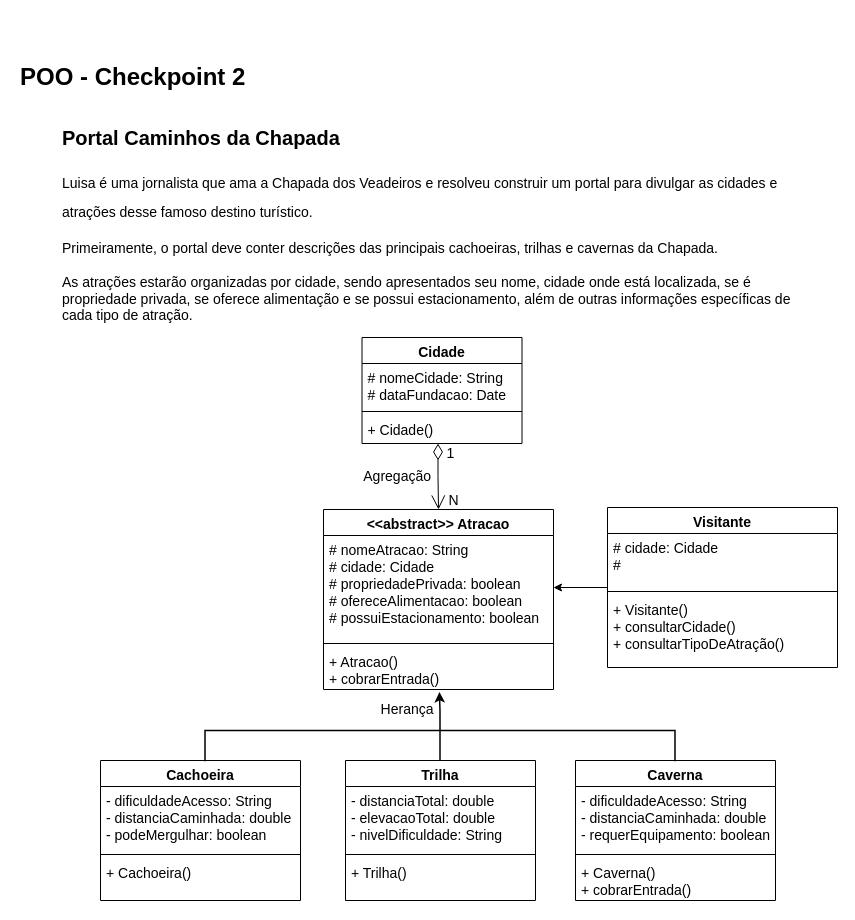
This is diagramaCheckpoint2.drawio from Chamusaca/poo-checkpoint-2, a draw.io file, before an edit. Source tidied: cells renumbered, new cells numbered last; positions are measured from the earlier drawing's top-left corner, leaving out a move shared by most shapes. Both pictures are drawn from the tidied source at 100%, with x=0, y=0 at pixel (18, 57).
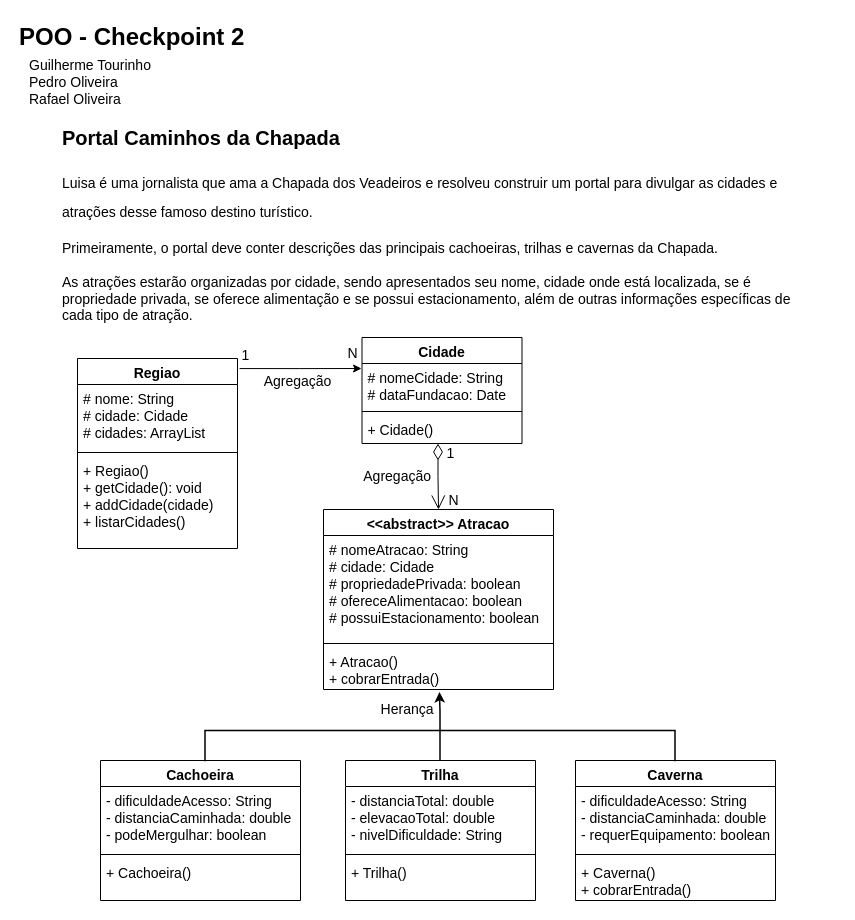
The same diagram, later.

Commit message:
UML ajustado

Unchanged cells that the change refers to:
```xml
<mxCell id="5" value="# nomeCidade: String&#10;# dataFundacao: Date&#10;" style="text;strokeColor=none;fillColor=none;align=left;verticalAlign=top;spacingLeft=4;spacingRight=4;overflow=hidden;points=[[0,0.5],[1,0.5]];portConstraint=eastwest;fontSize=14;" parent="4" vertex="1">
  <mxGeometry y="26" width="160" height="44" as="geometry" />
</mxCell>
<mxCell id="9" value="# nomeAtracao: String&#10;# cidade: Cidade&#10;# propriedadePrivada: boolean&#10;# ofereceAlimentacao: boolean&#10;# possuiEstacionamento: boolean" style="text;strokeColor=none;fillColor=none;align=left;verticalAlign=top;spacingLeft=4;spacingRight=4;overflow=hidden;points=[[0,0.5],[1,0.5]];portConstraint=eastwest;fontSize=14;" parent="8" vertex="1">
  <mxGeometry y="26" width="230" height="104" as="geometry" />
</mxCell>
```

Diff of the diagram source:
```diff
@@
     <mxCell id="2" value="POO - Checkpoint 2" style="text;strokeColor=none;fillColor=none;html=1;fontSize=24;fontStyle=1;verticalAlign=middle;align=left;" parent="1" vertex="1">
-      <mxGeometry width="230" height="40" as="geometry" />
+      <mxGeometry x="-1" y="-40" width="230" height="40" as="geometry" />
     </mxCell>
@@
-    <mxCell id="33" style="edgeStyle=orthogonalEdgeStyle;rounded=0;jettySize=auto;html=1;fontSize=24;" parent="1" edge="1" source="34" target="9">
-      <mxGeometry relative="1" as="geometry" />
-    </mxCell>
-    <mxCell id="34" value="Visitante" style="swimlane;fontStyle=1;align=center;verticalAlign=top;horizontal=1;startSize=26;fontSize=14;" parent="1" vertex="1">
-      <mxGeometry x="589" y="450" width="230" height="160" as="geometry" />
-    </mxCell>
-    <mxCell id="35" value="# cidade: Cidade&#10;#" style="text;strokeColor=none;fillColor=none;align=left;verticalAlign=top;spacingLeft=4;spacingRight=4;overflow=hidden;fontSize=14;" parent="34" vertex="1">
-      <mxGeometry y="26" width="230" height="54" as="geometry" />
-    </mxCell>
-    <mxCell id="36" style="line;strokeWidth=1;fillColor=none;align=left;verticalAlign=middle;spacingTop=-1;spacingLeft=3;spacingRight=3;labelPosition=right;fontSize=14;" parent="34" vertex="1">
-      <mxGeometry y="80" width="230" height="8" as="geometry" />
-    </mxCell>
-    <mxCell id="37" value="+ Visitante()&#10;+ consultarCidade()&#10;+ consultarTipoDeAtração()" style="text;strokeColor=none;fillColor=none;align=left;verticalAlign=top;spacingLeft=4;spacingRight=4;overflow=hidden;fontSize=14;" parent="34" vertex="1">
-      <mxGeometry y="88" width="230" height="72" as="geometry" />
-    </mxCell>
+    <mxCell id="38" value="Regiao" style="swimlane;fontStyle=1;align=center;verticalAlign=top;horizontal=1;startSize=26;fontSize=14;" parent="1" vertex="1">
+      <mxGeometry x="59" y="301" width="160" height="190" as="geometry" />
+    </mxCell>
+    <mxCell id="39" value="# nome: String&#10;# cidade: Cidade&#10;# cidades: ArrayList&#10;" style="text;strokeColor=none;fillColor=none;align=left;verticalAlign=top;spacingLeft=4;spacingRight=4;overflow=hidden;fontSize=14;" parent="38" vertex="1">
+      <mxGeometry y="26" width="160" height="64" as="geometry" />
+    </mxCell>
+    <mxCell id="40" style="line;strokeWidth=1;fillColor=none;align=left;verticalAlign=middle;spacingTop=-1;spacingLeft=3;spacingRight=3;labelPosition=right;fontSize=14;" parent="38" vertex="1">
+      <mxGeometry y="90" width="160" height="8" as="geometry" />
+    </mxCell>
+    <mxCell id="41" value="+ Regiao()&#10;+ getCidade(): void&#10;+ addCidade(cidade)&#10;+ listarCidades()" style="text;strokeColor=none;fillColor=none;align=left;verticalAlign=top;spacingLeft=4;spacingRight=4;overflow=hidden;fontSize=14;" parent="38" vertex="1">
+      <mxGeometry y="98" width="160" height="92" as="geometry" />
+    </mxCell>
+    <mxCell id="42" value="Guilherme Tourinho&lt;br style=&quot;font-size: 14px;&quot;&gt;Pedro Oliveira&lt;br style=&quot;font-size: 14px;&quot;&gt;Rafael Oliveira" style="text;html=1;strokeColor=none;fillColor=none;align=left;verticalAlign=middle;whiteSpace=wrap;rounded=0;fontSize=14;" parent="1" vertex="1">
+      <mxGeometry x="9" y="10" width="170" height="30" as="geometry" />
+    </mxCell>
+    <mxCell id="43" style="edgeStyle=orthogonalEdgeStyle;rounded=0;jettySize=auto;html=1;entryX=-0.003;entryY=0.114;entryDx=0;entryDy=0;entryPerimeter=0;fontSize=14;exitX=1.013;exitY=0.053;exitDx=0;exitDy=0;exitPerimeter=0;" parent="1" edge="1" source="38" target="5">
+      <mxGeometry relative="1" as="geometry" />
+    </mxCell>
+    <mxCell id="44" value="Agregação" style="edgeLabel;html=1;align=center;verticalAlign=middle;fontSize=14;" parent="43" vertex="1">
+      <mxGeometry x="-0.22" relative="1" as="geometry">
+        <mxPoint x="9" y="12" as="offset" />
+      </mxGeometry>
+    </mxCell>
+    <mxCell id="45" value="1" style="edgeLabel;html=1;align=center;verticalAlign=middle;fontSize=14;" parent="43" vertex="1">
+      <mxGeometry x="-0.92" y="-2" relative="1" as="geometry">
+        <mxPoint y="-16" as="offset" />
+      </mxGeometry>
+    </mxCell>
+    <mxCell id="46" value="N" style="edgeLabel;html=1;align=center;verticalAlign=middle;fontSize=14;" parent="43" vertex="1">
+      <mxGeometry x="0.89" relative="1" as="geometry">
+        <mxPoint x="-2" y="-16" as="offset" />
+      </mxGeometry>
+    </mxCell>
```
